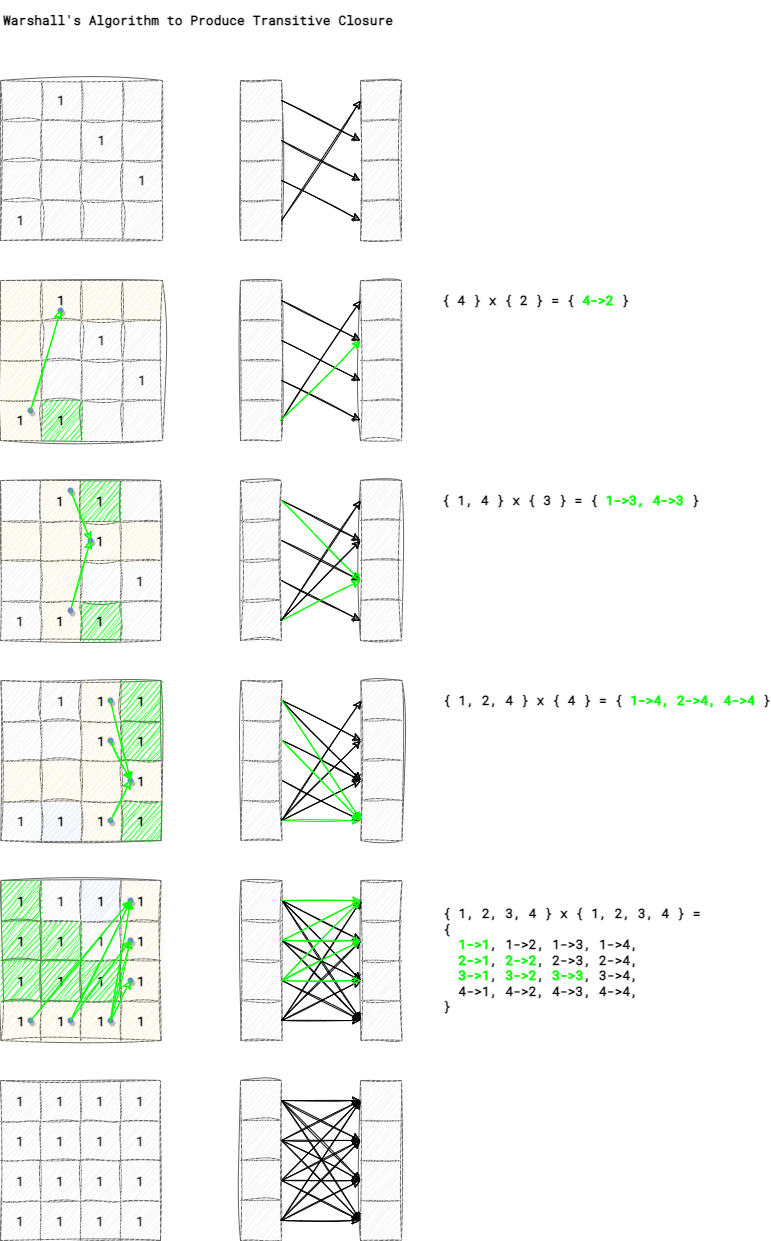
This is cheatsheet/warshalls_closure.png from Learn-Together-Pro/DiscreteMath, a draw.io export, as it was before one commit. Source tidied: cells renumbered, new cells last; positions are measured from the earlier drawing's top-left corner, leaving out a move shared by most shapes.
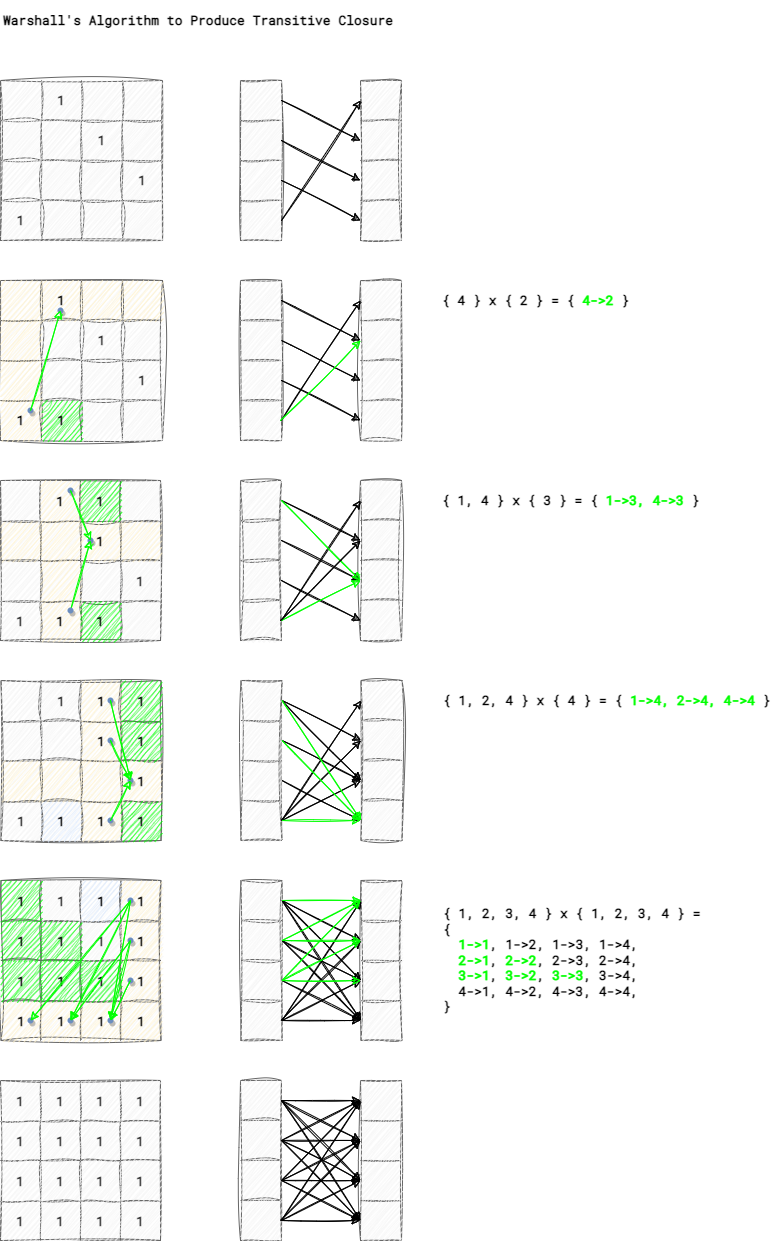
The same file after the commit.

Diff of the diagram source:
```diff
@@ -816,26 +816,26 @@
     <mxCell id="263" style="shape=waypoint;sketch=0;fillStyle=solid;size=6;points=[];fillColor=none;perimeter=centerPerimeter;snapToPoint=1;shadow=1;labelBackgroundColor=#FF8000;strokeColor=#6C8EBF;strokeWidth=1;fontSize=13;fontColor=#000000;" parent="1" vertex="1">
       <mxGeometry x="110" y="960" width="40" height="40" as="geometry" />
     </mxCell>
-    <mxCell id="264" style="endArrow=classic;html=1;rounded=0;sketch=1;fontSize=13;fontColor=#000000;fillColor=#d5e8d4;strokeColor=#00FF00;exitX=0.456;exitY=0.646;exitDx=0;exitDy=0;entryX=0.423;entryY=0.379;entryDx=0;entryDy=0;exitPerimeter=0;entryPerimeter=0;" parent="1" edge="1" source="258" target="261">
+    <mxCell id="264" style="endArrow=none;html=1;rounded=0;sketch=1;fontSize=13;fontColor=#000000;fillColor=#d5e8d4;strokeColor=#00FF00;exitX=0.456;exitY=0.646;exitDx=0;exitDy=0;entryX=0.423;entryY=0.379;entryDx=0;entryDy=0;exitPerimeter=0;entryPerimeter=0;startArrow=classic;startFill=1;endFill=0;" parent="1" edge="1" source="258" target="261">
       <mxGeometry relative="1" as="geometry" />
     </mxCell>
-    <mxCell id="265" style="endArrow=classic;html=1;rounded=0;sketch=1;fontSize=13;fontColor=#000000;fillColor=#d5e8d4;strokeColor=#00FF00;exitX=0.456;exitY=0.424;exitDx=0;exitDy=0;exitPerimeter=0;" parent="1" edge="1" source="259">
+    <mxCell id="265" style="endArrow=none;html=1;rounded=0;sketch=1;fontSize=13;fontColor=#000000;fillColor=#d5e8d4;strokeColor=#00FF00;exitX=0.456;exitY=0.424;exitDx=0;exitDy=0;exitPerimeter=0;endFill=0;startArrow=classic;startFill=1;" parent="1" edge="1" source="259">
       <mxGeometry relative="1" as="geometry">
         <mxPoint x="130" y="900" as="targetPoint" />
       </mxGeometry>
     </mxCell>
-    <mxCell id="266" style="endArrow=classic;html=1;rounded=0;sketch=1;fontSize=13;fontColor=#000000;fillColor=#d5e8d4;strokeColor=#00FF00;exitX=0.59;exitY=0.49;exitDx=0;exitDy=0;exitPerimeter=0;entryX=0.512;entryY=0.668;entryDx=0;entryDy=0;entryPerimeter=0;" parent="1" edge="1" source="259" target="262">
+    <mxCell id="266" style="endArrow=none;html=1;rounded=0;sketch=1;fontSize=13;fontColor=#000000;fillColor=#d5e8d4;strokeColor=#00FF00;exitX=0.59;exitY=0.49;exitDx=0;exitDy=0;exitPerimeter=0;entryX=0.512;entryY=0.668;entryDx=0;entryDy=0;entryPerimeter=0;endFill=0;startArrow=classic;startFill=1;" parent="1" edge="1" source="259" target="262">
       <mxGeometry relative="1" as="geometry" />
     </mxCell>
-    <mxCell id="267" style="endArrow=classic;html=1;rounded=0;sketch=1;fontSize=13;fontColor=#000000;fillColor=#d5e8d4;strokeColor=#00FF00;exitX=0.5;exitY=0.5;exitDx=0;exitDy=0;exitPerimeter=0;entryX=0.578;entryY=0.49;entryDx=0;entryDy=0;entryPerimeter=0;" parent="1" edge="1" source="260" target="261">
+    <mxCell id="267" style="endArrow=none;html=1;rounded=0;sketch=1;fontSize=13;fontColor=#000000;fillColor=#d5e8d4;strokeColor=#00FF00;exitX=0.5;exitY=0.5;exitDx=0;exitDy=0;exitPerimeter=0;entryX=0.578;entryY=0.49;entryDx=0;entryDy=0;entryPerimeter=0;endFill=0;startArrow=classic;startFill=1;" parent="1" edge="1" source="260" target="261">
       <mxGeometry relative="1" as="geometry" />
     </mxCell>
-    <mxCell id="268" style="endArrow=classic;html=1;rounded=0;sketch=1;fontSize=13;fontColor=#000000;fillColor=#d5e8d4;strokeColor=#00FF00;entryX=0.645;entryY=0.49;entryDx=0;entryDy=0;entryPerimeter=0;" parent="1" edge="1" target="262">
+    <mxCell id="268" style="endArrow=none;html=1;rounded=0;sketch=1;fontSize=13;fontColor=#000000;fillColor=#d5e8d4;strokeColor=#00FF00;entryX=0.645;entryY=0.49;entryDx=0;entryDy=0;entryPerimeter=0;endFill=0;startArrow=classic;startFill=1;" parent="1" edge="1" target="262">
       <mxGeometry relative="1" as="geometry">
         <mxPoint x="110" y="1020" as="sourcePoint" />
       </mxGeometry>
     </mxCell>
-    <mxCell id="269" style="endArrow=classic;html=1;rounded=0;sketch=1;fontSize=13;fontColor=#000000;fillColor=#d5e8d4;strokeColor=#00FF00;exitX=0.39;exitY=0.424;exitDx=0;exitDy=0;exitPerimeter=0;" parent="1" edge="1" source="260" target="263">
+    <mxCell id="269" style="endArrow=none;html=1;rounded=0;sketch=1;fontSize=13;fontColor=#000000;fillColor=#d5e8d4;strokeColor=#00FF00;exitX=0.39;exitY=0.424;exitDx=0;exitDy=0;exitPerimeter=0;endFill=0;startArrow=classic;startFill=1;" parent="1" edge="1" source="260" target="263">
       <mxGeometry relative="1" as="geometry" />
     </mxCell>
     <mxCell id="270" style="shape=table;html=1;whiteSpace=wrap;startSize=0;fillColor=#f5f5f5;fontColor=#333333;strokeColor=#666666;sketch=1;curveFitting=1;jiggle=2;fontFamily=Roboto Mono;fontSource=https%3A%2F%2Ffonts.googleapis.com%2Fcss%3Ffamily%3DRoboto%2BMono;verticalAlign=middle;fontStyle=0;" parent="1" vertex="1">
```
